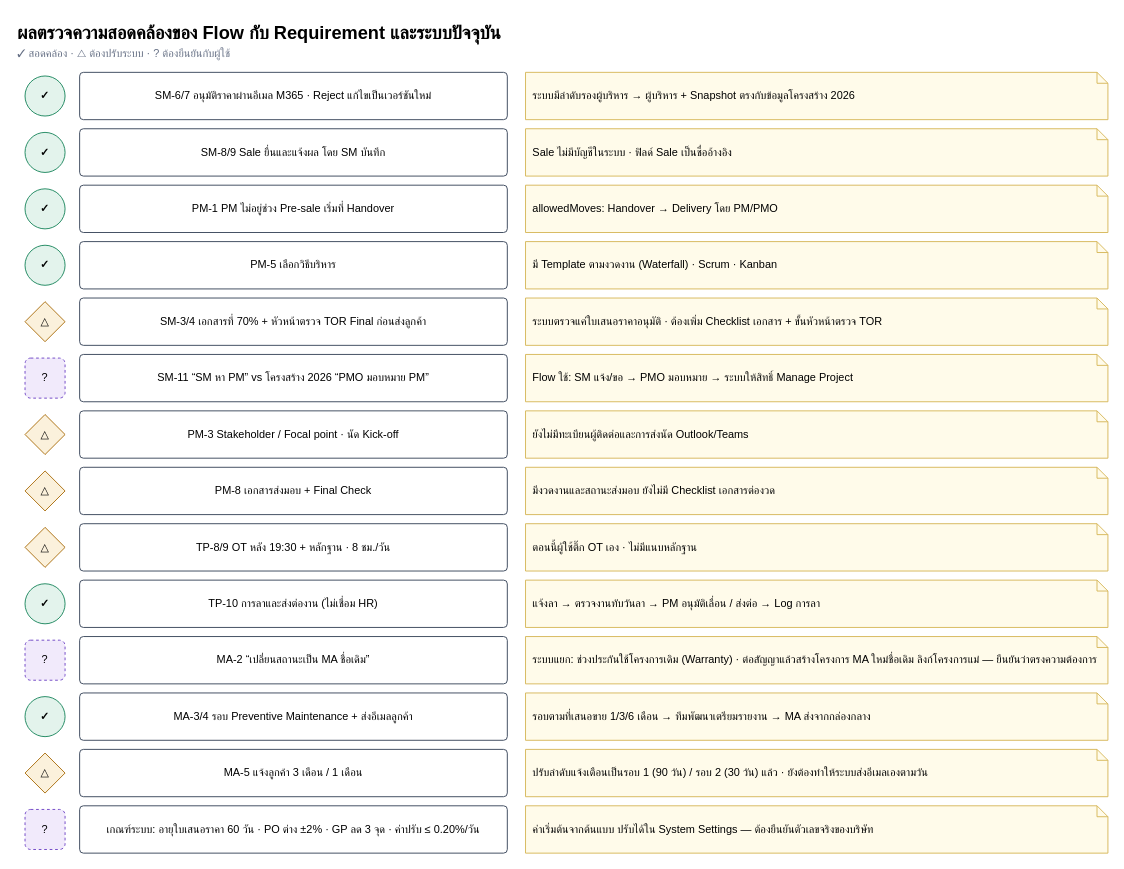
Ruttanachote/Ai keeps this draw.io diagram as page "ตรวจสอบความสอดคล้อง" (31 of 31) of salesflow/docs/diagrams/one-platform-flows.drawio. Above is the earlier version. Source tidied: cells renumbered, new cells numbered last; positions are measured from the earlier drawing's top-left corner, leaving out a move shared by most shapes. Both pictures are drawn from the tidied source at 91%, with x=0, y=0 at pixel (15, 15).
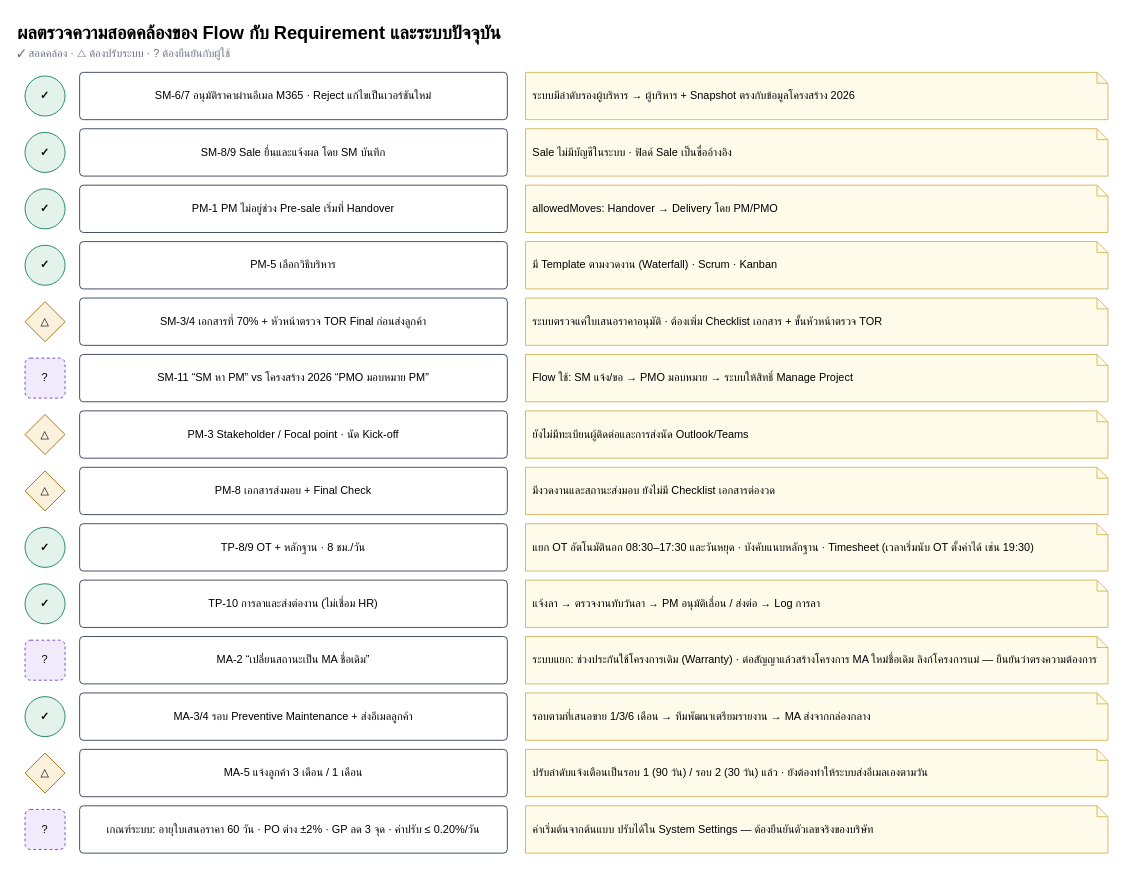
After the change.

What changed in the source:
```diff
@@
-    <mxCell id="28" value="△" style="rhombus;whiteSpace=wrap;html=1;fillColor=#FBF1DC;strokeColor=#A86A08;fontFamily=Prompt;" parent="1" vertex="1">
+    <mxCell id="28" value="✓" style="ellipse;whiteSpace=wrap;html=1;fillColor=#E3F3EC;strokeColor=#17845A;fontStyle=1;fontFamily=Prompt;" parent="1" vertex="1">
       <mxGeometry x="10" y="562" width="44" height="44" as="geometry" />
     </mxCell>
-    <mxCell id="29" value="TP-8/9 OT หลัง 19:30 + หลักฐาน · 8 ชม./วัน" style="rounded=1;whiteSpace=wrap;html=1;fillColor=#FFFFFF;strokeColor=#334055;arcSize=8;fontFamily=Prompt;" parent="1" vertex="1">
+    <mxCell id="29" value="TP-8/9 OT + หลักฐาน · 8 ชม./วัน" style="rounded=1;whiteSpace=wrap;html=1;fillColor=#FFFFFF;strokeColor=#334055;arcSize=8;fontFamily=Prompt;" parent="1" vertex="1">
       <mxGeometry x="70" y="558" width="470" height="52" as="geometry" />
     </mxCell>
-    <mxCell id="30" value="ตอนนี้ผู้ใช้ติ๊ก OT เอง · ไม่มีแนบหลักฐาน" style="shape=note;whiteSpace=wrap;html=1;fillColor=#FFFBEA;strokeColor=#D6B656;size=12;align=left;spacingLeft=6;fontFamily=Prompt;" parent="1" vertex="1">
+    <mxCell id="30" value="แยก OT อัตโนมัตินอก 08:30–17:30 และวันหยุด · บังคับแนบหลักฐาน · Timesheet (เวลาเริ่มนับ OT ตั้งค่าได้ เช่น 19:30)" style="shape=note;whiteSpace=wrap;html=1;fillColor=#FFFBEA;strokeColor=#D6B656;size=12;align=left;spacingLeft=6;fontFamily=Prompt;" parent="1" vertex="1">
       <mxGeometry x="560" y="558" width="640" height="52" as="geometry" />
     </mxCell>
```
